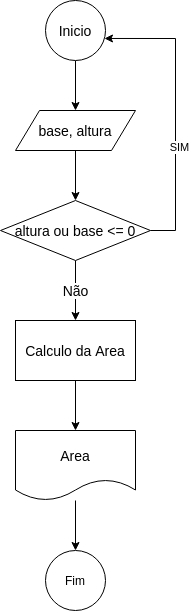
Above: CodeClasses/LoopCodes/cod7.drawio.png in maumneto/IntroductionComputerScience (draw.io), before the change. Source tidied: cells renumbered, new cells last; positions are measured from the earlier drawing's top-left corner, leaving out a move shared by most shapes. Source of this version:
```xml
<mxGraphModel>
  <root>
    <mxCell id="0" />
    <mxCell id="1" parent="0" />
    <mxCell id="2" style="edgeStyle=orthogonalEdgeStyle;rounded=0;jettySize=auto;html=1;" parent="1" edge="1" source="3" target="6">
      <mxGeometry relative="1" as="geometry" />
    </mxCell>
    <mxCell id="3" value="Inicio" style="ellipse;whiteSpace=wrap;html=1;fontSize=14;" parent="1" vertex="1">
      <mxGeometry x="45" width="60" height="60" as="geometry" />
    </mxCell>
    <mxCell id="4" value="Fim" style="ellipse;whiteSpace=wrap;html=1;" parent="1" vertex="1">
      <mxGeometry x="45" y="550" width="60" height="60" as="geometry" />
    </mxCell>
    <mxCell id="5" style="edgeStyle=orthogonalEdgeStyle;rounded=0;jettySize=auto;html=1;" parent="1" edge="1" source="6" target="10">
      <mxGeometry relative="1" as="geometry" />
    </mxCell>
    <mxCell id="6" value="base, altura" style="shape=parallelogram;perimeter=parallelogramPerimeter;whiteSpace=wrap;html=1;fontSize=14;" parent="1" vertex="1">
      <mxGeometry x="15" y="110" width="120" height="40" as="geometry" />
    </mxCell>
    <mxCell id="7" style="edgeStyle=orthogonalEdgeStyle;rounded=0;jettySize=auto;html=1;entryX=0.983;entryY=0.633;entryDx=0;entryDy=0;entryPerimeter=0;fontSize=14;" parent="1" edge="1" source="10" target="3">
      <mxGeometry relative="1" as="geometry">
        <Array as="points">
          <mxPoint x="175" y="230" />
          <mxPoint x="175" y="38" />
        </Array>
      </mxGeometry>
    </mxCell>
    <mxCell id="8" value="SIM" style="edgeLabel;html=1;align=center;verticalAlign=middle;" parent="7" vertex="1">
      <mxGeometry x="-0.24" y="-3" relative="1" as="geometry" />
    </mxCell>
    <mxCell id="9" value="Não" style="edgeStyle=orthogonalEdgeStyle;rounded=0;jettySize=auto;html=1;fontSize=14;" parent="1" edge="1" source="10" target="12">
      <mxGeometry relative="1" as="geometry" />
    </mxCell>
    <mxCell id="10" value="altura ou base &amp;lt;= 0" style="rhombus;whiteSpace=wrap;html=1;fontSize=14;" parent="1" vertex="1">
      <mxGeometry y="200" width="150" height="60" as="geometry" />
    </mxCell>
    <mxCell id="11" style="edgeStyle=orthogonalEdgeStyle;rounded=0;jettySize=auto;html=1;fontSize=14;" parent="1" edge="1" source="12" target="14">
      <mxGeometry relative="1" as="geometry" />
    </mxCell>
    <mxCell id="12" value="Calculo da Area" style="rounded=0;whiteSpace=wrap;html=1;fontSize=14;" parent="1" vertex="1">
      <mxGeometry x="15" y="320" width="120" height="60" as="geometry" />
    </mxCell>
    <mxCell id="13" style="edgeStyle=orthogonalEdgeStyle;rounded=0;jettySize=auto;html=1;fontSize=14;" parent="1" edge="1" source="14" target="4">
      <mxGeometry relative="1" as="geometry" />
    </mxCell>
    <mxCell id="14" value="Area" style="shape=document;whiteSpace=wrap;html=1;boundedLbl=1;fontSize=14;" parent="1" vertex="1">
      <mxGeometry x="15" y="430" width="120" height="70" as="geometry" />
    </mxCell>
  </root>
</mxGraphModel>
```
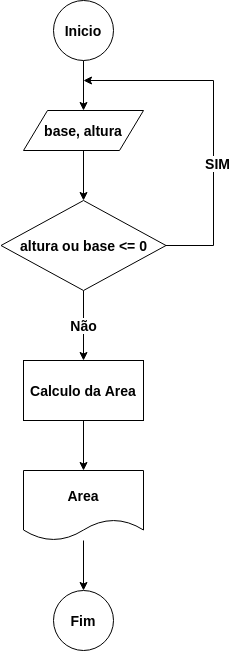
Later version of the same file.

Diff of the diagram source:
```diff
@@ -2,49 +2,50 @@
   <root>
     <mxCell id="0" />
     <mxCell id="1" parent="0" />
-    <mxCell id="2" style="edgeStyle=orthogonalEdgeStyle;rounded=0;jettySize=auto;html=1;" parent="1" edge="1" source="3" target="6">
+    <mxCell id="2" style="edgeStyle=orthogonalEdgeStyle;rounded=0;jettySize=auto;html=1;fontSize=14;fontStyle=1;" parent="1" edge="1" source="3" target="6">
       <mxGeometry relative="1" as="geometry" />
     </mxCell>
-    <mxCell id="3" value="Inicio" style="ellipse;whiteSpace=wrap;html=1;fontSize=14;" parent="1" vertex="1">
+    <mxCell id="3" value="Inicio" style="ellipse;whiteSpace=wrap;html=1;fontSize=14;fontStyle=1;" parent="1" vertex="1">
       <mxGeometry x="45" width="60" height="60" as="geometry" />
     </mxCell>
-    <mxCell id="4" value="Fim" style="ellipse;whiteSpace=wrap;html=1;" parent="1" vertex="1">
-      <mxGeometry x="45" y="550" width="60" height="60" as="geometry" />
+    <mxCell id="4" value="Fim" style="ellipse;whiteSpace=wrap;html=1;fontSize=14;fontStyle=1;" parent="1" vertex="1">
+      <mxGeometry x="45" y="590" width="60" height="60" as="geometry" />
     </mxCell>
-    <mxCell id="5" style="edgeStyle=orthogonalEdgeStyle;rounded=0;jettySize=auto;html=1;" parent="1" edge="1" source="6" target="10">
+    <mxCell id="5" style="edgeStyle=orthogonalEdgeStyle;rounded=0;jettySize=auto;html=1;fontSize=14;fontStyle=1;" parent="1" edge="1" source="6" target="10">
       <mxGeometry relative="1" as="geometry" />
     </mxCell>
-    <mxCell id="6" value="base, altura" style="shape=parallelogram;perimeter=parallelogramPerimeter;whiteSpace=wrap;html=1;fontSize=14;" parent="1" vertex="1">
+    <mxCell id="6" value="base, altura" style="shape=parallelogram;perimeter=parallelogramPerimeter;whiteSpace=wrap;html=1;fontSize=14;fontStyle=1;" parent="1" vertex="1">
       <mxGeometry x="15" y="110" width="120" height="40" as="geometry" />
     </mxCell>
-    <mxCell id="7" style="edgeStyle=orthogonalEdgeStyle;rounded=0;jettySize=auto;html=1;entryX=0.983;entryY=0.633;entryDx=0;entryDy=0;entryPerimeter=0;fontSize=14;" parent="1" edge="1" source="10" target="3">
+    <mxCell id="7" style="edgeStyle=orthogonalEdgeStyle;rounded=0;jettySize=auto;html=1;fontSize=14;fontStyle=1;" parent="1" edge="1" source="10">
       <mxGeometry relative="1" as="geometry">
+        <mxPoint x="75" y="80" as="targetPoint" />
         <Array as="points">
-          <mxPoint x="175" y="230" />
-          <mxPoint x="175" y="38" />
+          <mxPoint x="205" y="245" />
+          <mxPoint x="205" y="80" />
         </Array>
       </mxGeometry>
     </mxCell>
-    <mxCell id="8" value="SIM" style="edgeLabel;html=1;align=center;verticalAlign=middle;" parent="7" vertex="1">
+    <mxCell id="8" value="SIM" style="edgeLabel;html=1;align=center;verticalAlign=middle;fontSize=14;fontStyle=1;" parent="7" vertex="1">
       <mxGeometry x="-0.24" y="-3" relative="1" as="geometry" />
     </mxCell>
-    <mxCell id="9" value="Não" style="edgeStyle=orthogonalEdgeStyle;rounded=0;jettySize=auto;html=1;fontSize=14;" parent="1" edge="1" source="10" target="12">
+    <mxCell id="9" value="Não" style="edgeStyle=orthogonalEdgeStyle;rounded=0;jettySize=auto;html=1;fontSize=14;fontStyle=1;" parent="1" edge="1" source="10" target="12">
       <mxGeometry relative="1" as="geometry" />
     </mxCell>
-    <mxCell id="10" value="altura ou base &amp;lt;= 0" style="rhombus;whiteSpace=wrap;html=1;fontSize=14;" parent="1" vertex="1">
-      <mxGeometry y="200" width="150" height="60" as="geometry" />
+    <mxCell id="10" value="altura ou base &amp;lt;= 0" style="rhombus;whiteSpace=wrap;html=1;fontSize=14;fontStyle=1;" parent="1" vertex="1">
+      <mxGeometry x="-7.5" y="200" width="165" height="90" as="geometry" />
     </mxCell>
-    <mxCell id="11" style="edgeStyle=orthogonalEdgeStyle;rounded=0;jettySize=auto;html=1;fontSize=14;" parent="1" edge="1" source="12" target="14">
+    <mxCell id="11" style="edgeStyle=orthogonalEdgeStyle;rounded=0;jettySize=auto;html=1;fontSize=14;fontStyle=1;" parent="1" edge="1" source="12" target="14">
       <mxGeometry relative="1" as="geometry" />
     </mxCell>
-    <mxCell id="12" value="Calculo da Area" style="rounded=0;whiteSpace=wrap;html=1;fontSize=14;" parent="1" vertex="1">
-      <mxGeometry x="15" y="320" width="120" height="60" as="geometry" />
+    <mxCell id="12" value="Calculo da Area" style="rounded=0;whiteSpace=wrap;html=1;fontSize=14;fontStyle=1;" parent="1" vertex="1">
+      <mxGeometry x="15" y="360" width="120" height="60" as="geometry" />
     </mxCell>
-    <mxCell id="13" style="edgeStyle=orthogonalEdgeStyle;rounded=0;jettySize=auto;html=1;fontSize=14;" parent="1" edge="1" source="14" target="4">
+    <mxCell id="13" style="edgeStyle=orthogonalEdgeStyle;rounded=0;jettySize=auto;html=1;fontSize=14;fontStyle=1;" parent="1" edge="1" source="14" target="4">
       <mxGeometry relative="1" as="geometry" />
     </mxCell>
-    <mxCell id="14" value="Area" style="shape=document;whiteSpace=wrap;html=1;boundedLbl=1;fontSize=14;" parent="1" vertex="1">
-      <mxGeometry x="15" y="430" width="120" height="70" as="geometry" />
+    <mxCell id="14" value="Area" style="shape=document;whiteSpace=wrap;html=1;boundedLbl=1;fontSize=14;fontStyle=1;" parent="1" vertex="1">
+      <mxGeometry x="15" y="470" width="120" height="70" as="geometry" />
     </mxCell>
   </root>
 </mxGraphModel>
```
